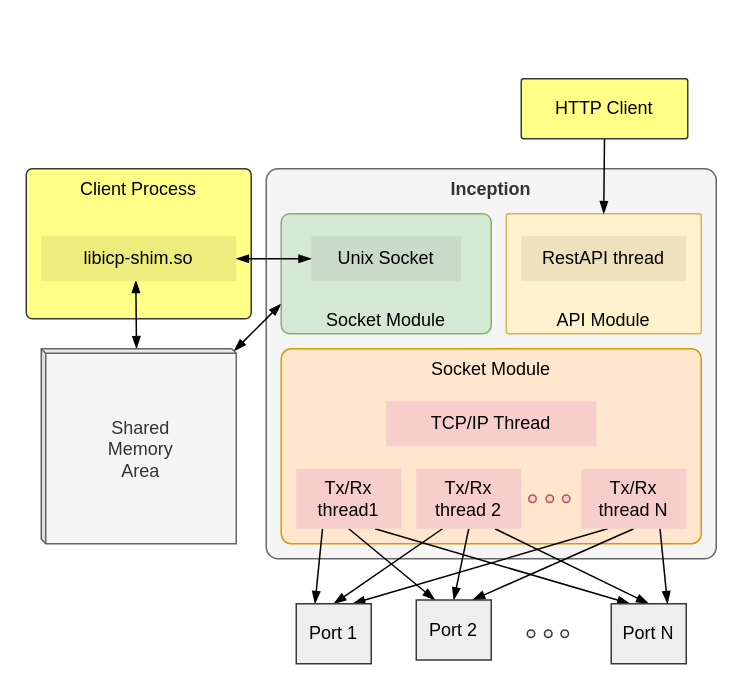
This is page "LD-PRELOAD" (1 of 3) of doc/images/block_diagram.drawio from Spirent/openperf, a draw.io file, before an edit. Source tidied: cells renumbered, new cells numbered last; positions are measured from the earlier drawing's top-left corner, leaving out a move shared by most shapes. Both pictures are drawn from the tidied source at 150%, with x=0, y=0 at pixel (26, 78).
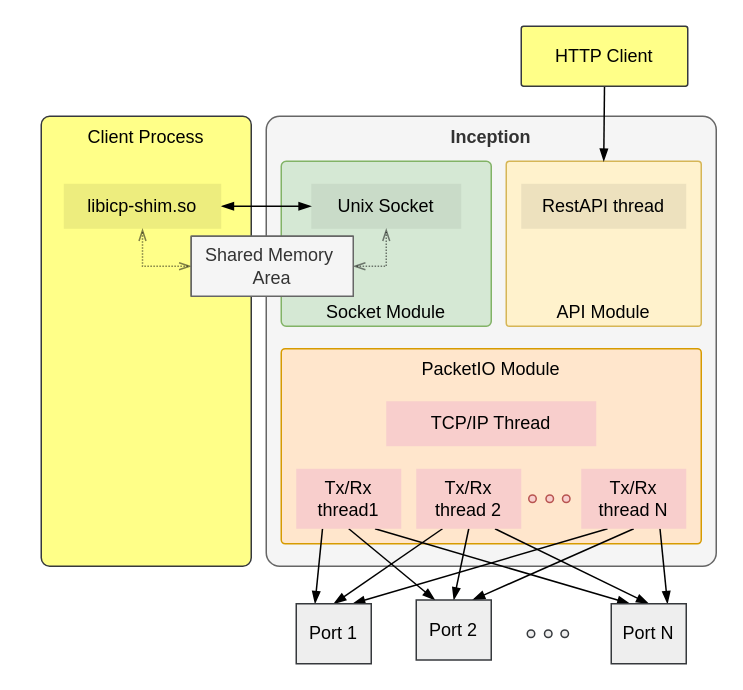
Above is the later version.

Commit message (it also covers changes not shown here):
developper guide: updated diagrams

Change to the diagram source:
```diff
@@
     <mxCell id="2" value="Client&amp;nbsp;Process" style="rounded=1;whiteSpace=wrap;html=1;arcSize=4;fillColor=#ffff88;strokeColor=#36393d;verticalAlign=top;fontFamily=Avenir Next Condensed;" parent="1" vertex="1">
-      <mxGeometry y="60" width="150" height="100" as="geometry" />
+      <mxGeometry x="10" y="25" width="140" height="300" as="geometry" />
     </mxCell>
     <mxCell id="3" value="&lt;font&gt;Inception&lt;/font&gt;" style="rounded=1;whiteSpace=wrap;html=1;arcSize=3;verticalAlign=top;fontFamily=Avenir Next Condensed;fontStyle=1;fillColor=#f5f5f5;strokeColor=#666666;fontColor=#333333;" parent="1" vertex="1">
-      <mxGeometry x="160" y="60" width="300" height="260" as="geometry" />
+      <mxGeometry x="160" y="25" width="300" height="300" as="geometry" />
     </mxCell>
@@
+    <mxCell id="38" style="edgeStyle=none;rounded=0;jettySize=auto;html=1;exitX=0;exitY=0.75;exitDx=0;exitDy=0;entryX=1.005;entryY=0.165;entryDx=0;entryDy=0;entryPerimeter=0;endArrow=classicThin;endFill=1;fontFamily=Avenir Next Condensed;" parent="1" edge="1" source="5" target="35">
+      <mxGeometry relative="1" as="geometry" />
+    </mxCell>
-    <mxCell id="5" value="Socket Module" style="rounded=1;whiteSpace=wrap;html=1;arcSize=7;verticalAlign=bottom;fillColor=#d5e8d4;strokeColor=#82b366;fontFamily=Avenir Next Condensed;fontStyle=0;" parent="1" vertex="1">
-      <mxGeometry x="170" y="90" width="140" height="80" as="geometry" />
+    <mxCell id="5" value="Socket Module" style="rounded=1;whiteSpace=wrap;html=1;arcSize=3;verticalAlign=bottom;fillColor=#d5e8d4;strokeColor=#82b366;fontFamily=Avenir Next Condensed;fontStyle=0;" parent="1" vertex="1">
+      <mxGeometry x="170" y="55" width="140" height="110" as="geometry" />
     </mxCell>
     <mxCell id="6" value="API Module" style="rounded=1;whiteSpace=wrap;html=1;arcSize=2;verticalAlign=bottom;fillColor=#fff2cc;strokeColor=#d6b656;fontFamily=Avenir Next Condensed;fontStyle=0;" parent="1" vertex="1">
-      <mxGeometry x="320" y="90" width="130" height="80" as="geometry" />
+      <mxGeometry x="320" y="55" width="130" height="110" as="geometry" />
     </mxCell>
-    <mxCell id="7" value="Socket Module" style="rounded=1;whiteSpace=wrap;html=1;arcSize=5;fillColor=#ffe6cc;strokeColor=#d79b00;verticalAlign=top;fontFamily=Avenir Next Condensed;" parent="1" vertex="1">
+    <mxCell id="7" value="PacketIO Module" style="rounded=1;whiteSpace=wrap;html=1;arcSize=2;fillColor=#ffe6cc;strokeColor=#d79b00;verticalAlign=top;fontFamily=Avenir Next Condensed;" parent="1" vertex="1">
       <mxGeometry x="170" y="180" width="280" height="130" as="geometry" />
     </mxCell>
     <mxCell id="8" value="Unix Socket" style="rounded=0;whiteSpace=wrap;html=1;fillColor=#C9DBC8;strokeColor=none;fontFamily=Avenir Next Condensed;" parent="1" vertex="1">
-      <mxGeometry x="190" y="105" width="100" height="30" as="geometry" />
+      <mxGeometry x="190" y="70" width="100" height="30" as="geometry" />
     </mxCell>
     <mxCell id="9" value="RestAPI thread" style="rounded=0;whiteSpace=wrap;html=1;fillColor=#EDE1BE;strokeColor=none;fontFamily=Avenir Next Condensed;spacing=0;" parent="1" vertex="1">
-      <mxGeometry x="330" y="105" width="110" height="30" as="geometry" />
+      <mxGeometry x="330" y="70" width="110" height="30" as="geometry" />
     </mxCell>
@@
-    <mxCell id="33" style="edgeStyle=none;rounded=0;jettySize=auto;html=1;exitX=0.485;exitY=0.978;exitDx=0;exitDy=0;startArrow=blockThin;startFill=1;endArrow=blockThin;endFill=1;fontFamily=Avenir Next Condensed;entryX=0;entryY=0;entryDx=63.5;entryDy=0;entryPerimeter=0;exitPerimeter=0;" parent="1" edge="1" source="34" target="35">
-      <mxGeometry relative="1" as="geometry" />
-    </mxCell>
     <mxCell id="34" value="libicp-shim.so" style="rounded=0;whiteSpace=wrap;html=1;fillColor=#EDED7E;strokeColor=none;fontFamily=Avenir Next Condensed;" parent="1" vertex="1">
-      <mxGeometry x="10" y="105" width="130" height="30" as="geometry" />
+      <mxGeometry x="25" y="70" width="105" height="30" as="geometry" />
     </mxCell>
+    <mxCell id="39" style="edgeStyle=orthogonalEdgeStyle;rounded=0;jettySize=auto;html=1;exitX=0;exitY=0;exitDx=0;exitDy=20;exitPerimeter=0;entryX=0.5;entryY=1;entryDx=0;entryDy=0;dashed=1;dashPattern=1 1;startArrow=openThin;startFill=0;endArrow=openThin;endFill=0;fontFamily=Avenir Next Condensed;opacity=50;" parent="1" edge="1" source="35" target="34">
+      <mxGeometry relative="1" as="geometry" />
+    </mxCell>
+    <mxCell id="40" style="edgeStyle=orthogonalEdgeStyle;rounded=0;jettySize=auto;html=1;exitX=0;exitY=0;exitDx=108;exitDy=20;exitPerimeter=0;entryX=0.5;entryY=1;entryDx=0;entryDy=0;dashed=1;dashPattern=1 1;startArrow=openThin;startFill=0;endArrow=openThin;endFill=0;fontFamily=Avenir Next Condensed;opacity=50;" parent="1" edge="1" source="35" target="8">
+      <mxGeometry relative="1" as="geometry" />
+    </mxCell>
-    <mxCell id="35" value="Shared &lt;br&gt;Memory &lt;br&gt;Area" style="shape=cube;whiteSpace=wrap;html=1;boundedLbl=1;backgroundOutline=1;darkOpacity=0.05;darkOpacity2=0.1;fontFamily=Avenir Next Condensed;fillColor=#f5f5f5;strokeColor=#666666;size=3;fontColor=#333333;" parent="1" vertex="1">
-      <mxGeometry x="10" y="180" width="130" height="130" as="geometry" />
+    <mxCell id="35" value="Shared Memory&amp;nbsp; Area" style="shape=cube;whiteSpace=wrap;html=1;boundedLbl=1;backgroundOutline=1;darkOpacity=0.05;darkOpacity2=0.1;fontFamily=Avenir Next Condensed;fillColor=#f5f5f5;strokeColor=#666666;size=0;fontColor=#333333;" parent="1" vertex="1">
+      <mxGeometry x="110" y="105" width="108" height="40" as="geometry" />
     </mxCell>
@@
     <mxCell id="37" value="HTTP Client" style="rounded=1;whiteSpace=wrap;html=1;arcSize=4;fillColor=#ffff88;strokeColor=#36393d;verticalAlign=middle;fontFamily=Avenir Next Condensed;" parent="1" vertex="1">
-      <mxGeometry x="330" width="111" height="40" as="geometry" />
+      <mxGeometry x="330" y="-35" width="111" height="40" as="geometry" />
     </mxCell>
```
